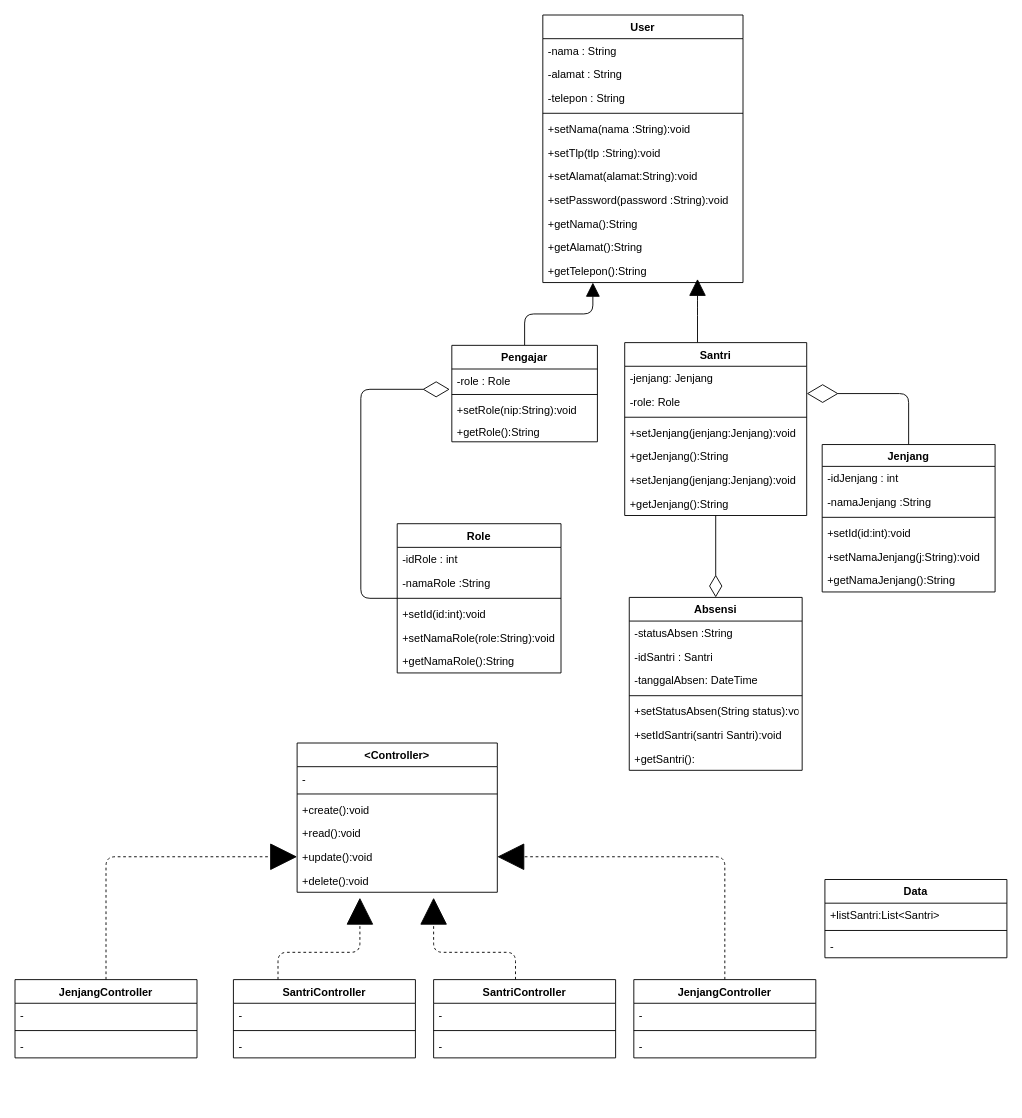
The draw.io diagram Tugas/Tugas1.drawio in naneps/PRAKTIKUM5, before the edit. Source tidied: cells renumbered, new cells numbered last; positions are measured from the earlier drawing's top-left corner, leaving out a move shared by most shapes. Both pictures are drawn from the tidied source at 91%, with x=0, y=0 at pixel (15, 15).
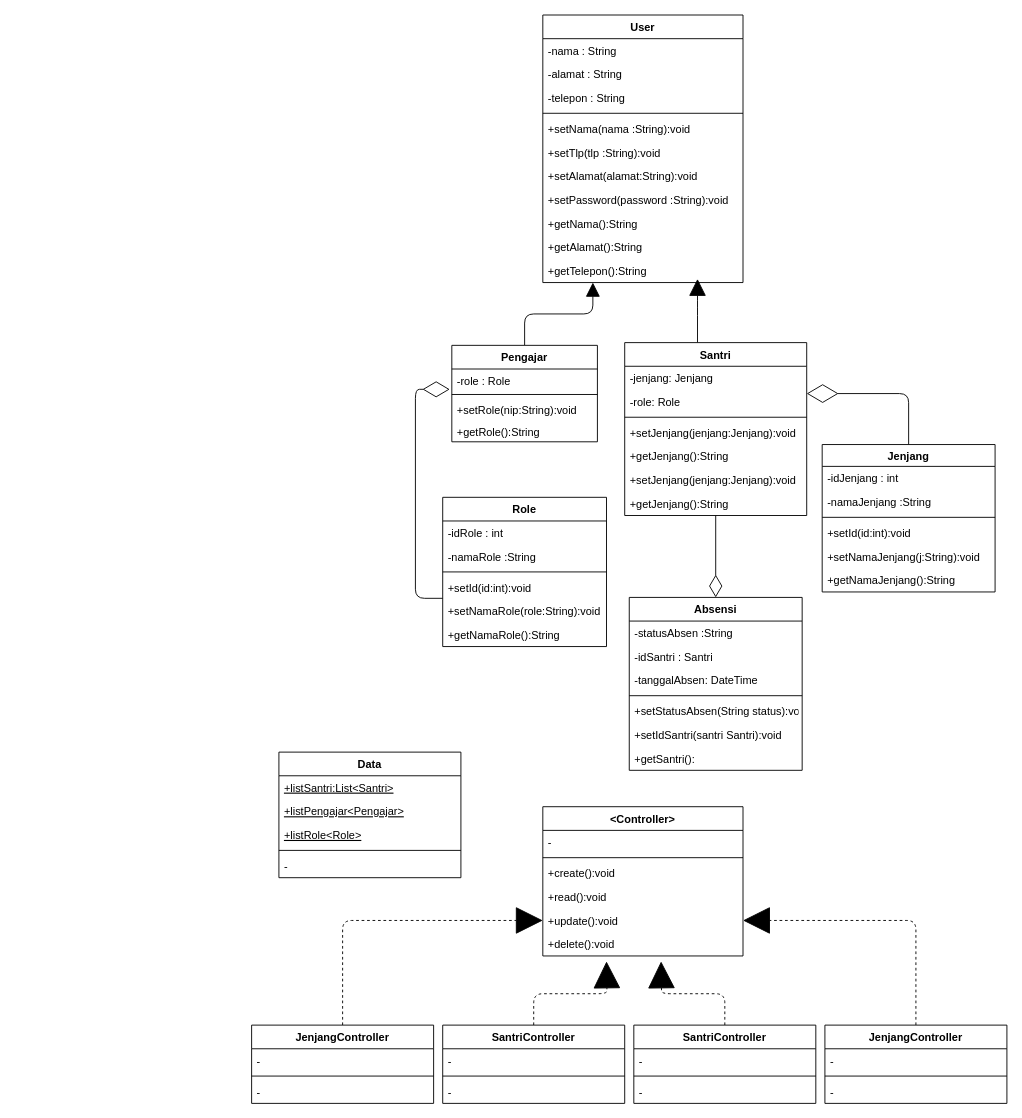
After the change.

Unchanged cells that the change refers to:
```xml
<mxCell id="16" value="-role : Role" style="text;strokeColor=none;fillColor=none;align=left;verticalAlign=top;spacingLeft=4;spacingRight=4;overflow=hidden;points=[[0,0.5],[1,0.5]];portConstraint=eastwest;" parent="15" vertex="1">
  <mxGeometry y="26" width="160" height="24" as="geometry" />
</mxCell>
```

What changed in the source:
```diff
@@
     <mxCell id="30" value="&lt;Controller&gt;" style="swimlane;fontStyle=1;align=center;verticalAlign=top;horizontal=1;startSize=26;" parent="1" vertex="1">
-      <mxGeometry x="310" y="800" width="220" height="164" as="geometry" />
+      <mxGeometry x="580" y="870" width="220" height="164" as="geometry" />
     </mxCell>
@@
     <mxCell id="45" style="edgeStyle=orthogonalEdgeStyle;html=1;entryX=-0.014;entryY=0.931;entryDx=0;entryDy=0;entryPerimeter=0;endArrow=diamondThin;endFill=0;endSize=27;" parent="1" edge="1" source="46" target="16">
       <mxGeometry relative="1" as="geometry">
         <Array as="points">
-          <mxPoint x="380" y="641" />
-          <mxPoint x="380" y="411" />
+          <mxPoint x="440" y="641" />
+          <mxPoint x="440" y="411" />
         </Array>
       </mxGeometry>
     </mxCell>
     <mxCell id="46" value="Role" style="swimlane;fontStyle=1;align=center;verticalAlign=top;horizontal=1;startSize=26;" parent="1" vertex="1">
-      <mxGeometry x="420" y="559" width="180" height="164" as="geometry" />
+      <mxGeometry x="470" y="530" width="180" height="164" as="geometry" />
     </mxCell>
@@
-    <mxCell id="61" style="edgeStyle=orthogonalEdgeStyle;html=1;dashed=1;endArrow=block;endFill=1;endSize=27;" parent="1" edge="1" source="62">
-      <mxGeometry relative="1" as="geometry">
-        <mxPoint x="460" y="970" as="targetPoint" />
-        <Array as="points">
-          <mxPoint x="550" y="1030" />
-          <mxPoint x="460" y="1030" />
-        </Array>
-      </mxGeometry>
-    </mxCell>
+    <mxCell id="85" style="edgeStyle=orthogonalEdgeStyle;html=1;dashed=1;endArrow=block;endFill=1;endSize=27;" parent="1" edge="1" source="62">
+      <mxGeometry relative="1" as="geometry">
+        <mxPoint x="710" y="1040" as="targetPoint" />
+      </mxGeometry>
+    </mxCell>
     <mxCell id="62" value="SantriController" style="swimlane;fontStyle=1;align=center;verticalAlign=top;horizontal=1;startSize=26;" parent="1" vertex="1">
-      <mxGeometry x="460" y="1060" width="200" height="86" as="geometry" />
+      <mxGeometry x="680" y="1110" width="200" height="86" as="geometry" />
     </mxCell>
@@
-    <mxCell id="66" style="edgeStyle=orthogonalEdgeStyle;html=1;dashed=1;endArrow=block;endFill=1;endSize=27;" parent="1" edge="1">
-      <mxGeometry relative="1" as="geometry">
-        <mxPoint x="289" y="1060" as="sourcePoint" />
-        <mxPoint x="379" y="970" as="targetPoint" />
-        <Array as="points">
-          <mxPoint x="289" y="1030" />
-          <mxPoint x="379" y="1030" />
-        </Array>
-      </mxGeometry>
-    </mxCell>
+    <mxCell id="86" style="edgeStyle=orthogonalEdgeStyle;html=1;dashed=1;endArrow=block;endFill=1;endSize=27;" parent="1" edge="1" source="67">
+      <mxGeometry relative="1" as="geometry">
+        <mxPoint x="650" y="1040" as="targetPoint" />
+      </mxGeometry>
+    </mxCell>
     <mxCell id="67" value="SantriController" style="swimlane;fontStyle=1;align=center;verticalAlign=top;horizontal=1;startSize=26;" parent="1" vertex="1">
-      <mxGeometry x="240" y="1060" width="200" height="86" as="geometry" />
+      <mxGeometry x="470" y="1110" width="200" height="86" as="geometry" />
     </mxCell>
@@
     <mxCell id="72" value="JenjangController" style="swimlane;fontStyle=1;align=center;verticalAlign=top;horizontal=1;startSize=26;" parent="1" vertex="1">
-      <mxGeometry x="680" y="1060" width="200" height="86" as="geometry" />
+      <mxGeometry x="890" y="1110" width="200" height="86" as="geometry" />
     </mxCell>
@@
     <mxCell id="77" value="JenjangController" style="swimlane;fontStyle=1;align=center;verticalAlign=top;horizontal=1;startSize=26;" parent="1" vertex="1">
-      <mxGeometry y="1060" width="200" height="86" as="geometry" />
+      <mxGeometry x="260" y="1110" width="200" height="86" as="geometry" />
     </mxCell>
@@
     <mxCell id="81" value="Data&#10;" style="swimlane;fontStyle=1;align=center;verticalAlign=top;horizontal=1;startSize=26;" parent="1" vertex="1">
-      <mxGeometry x="890" y="950" width="200" height="86" as="geometry" />
+      <mxGeometry x="290" y="810" width="200" height="138" as="geometry" />
     </mxCell>
-    <mxCell id="82" value="+listSantri:List&lt;Santri&gt;" style="text;strokeColor=none;fillColor=none;align=left;verticalAlign=top;spacingLeft=4;spacingRight=4;overflow=hidden;" parent="81" vertex="1">
+    <mxCell id="82" value="+listSantri:List&lt;Santri&gt;" style="text;strokeColor=none;fillColor=none;align=left;verticalAlign=top;spacingLeft=4;spacingRight=4;overflow=hidden;fontStyle=4;" parent="81" vertex="1">
       <mxGeometry y="26" width="200" height="26" as="geometry" />
     </mxCell>
+    <mxCell id="87" value="+listPengajar&lt;Pengajar&gt;" style="text;strokeColor=none;fillColor=none;align=left;verticalAlign=top;spacingLeft=4;spacingRight=4;overflow=hidden;fontStyle=4;" parent="81" vertex="1">
+      <mxGeometry y="52" width="200" height="26" as="geometry" />
+    </mxCell>
+    <mxCell id="88" value="+listRole&lt;Role&gt;" style="text;strokeColor=none;fillColor=none;align=left;verticalAlign=top;spacingLeft=4;spacingRight=4;overflow=hidden;fontStyle=4;" parent="81" vertex="1">
+      <mxGeometry y="78" width="200" height="26" as="geometry" />
+    </mxCell>
     <mxCell id="83" style="line;strokeWidth=1;fillColor=none;align=left;verticalAlign=middle;spacingTop=-1;spacingLeft=3;spacingRight=3;labelPosition=right;" parent="81" vertex="1">
-      <mxGeometry y="52" width="200" height="8" as="geometry" />
+      <mxGeometry y="104" width="200" height="8" as="geometry" />
     </mxCell>
     <mxCell id="84" value="-" style="text;strokeColor=none;fillColor=none;align=left;verticalAlign=top;spacingLeft=4;spacingRight=4;overflow=hidden;" parent="81" vertex="1">
-      <mxGeometry y="60" width="200" height="26" as="geometry" />
+      <mxGeometry y="112" width="200" height="26" as="geometry" />
     </mxCell>
```
